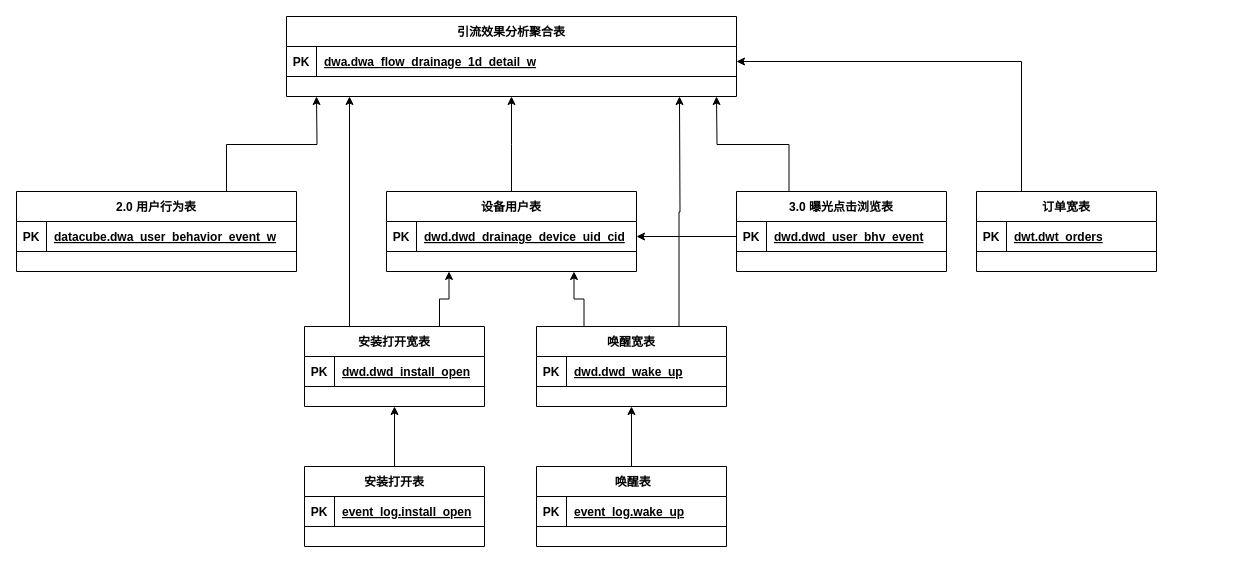
Earlier version of the draw.io diagram m端引流需求.drawio (chuangehh/architecture_diagram). Source tidied: cells renumbered, new cells numbered last; positions are measured from the earlier drawing's top-left corner, leaving out a move shared by most shapes. Both pictures are drawn from the tidied source at 100%, with x=0, y=0 at pixel (16, 16).
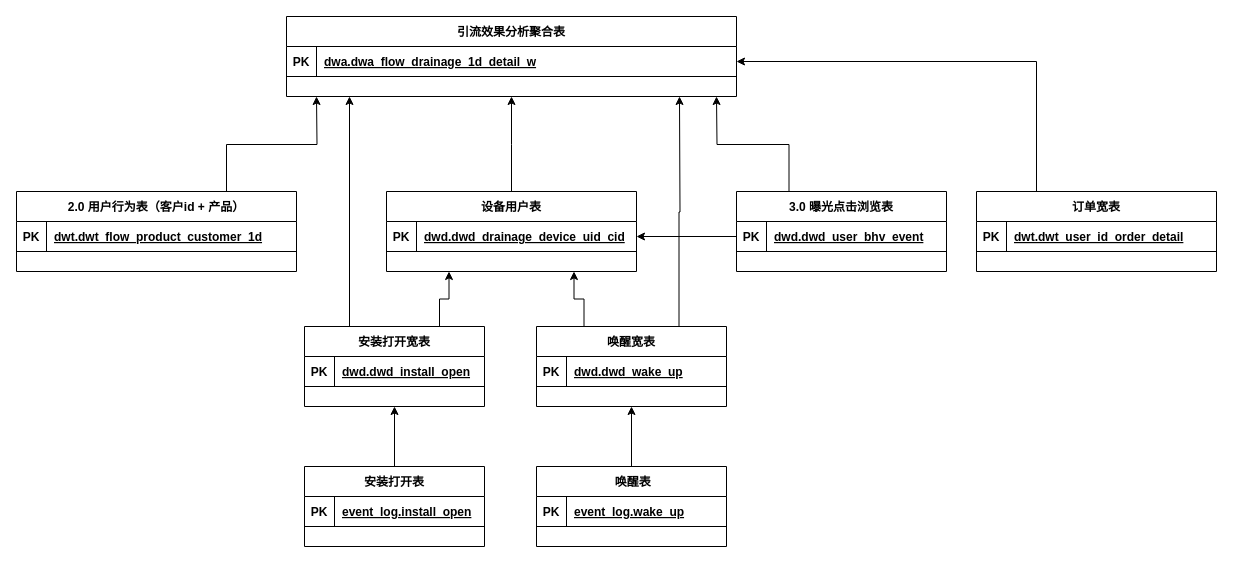
After the change.

Commit message:
更新m端引流需求.drawio

Unchanged cells that the change refers to:
```xml
<mxCell id="41" style="shape=tableRow;horizontal=0;startSize=0;swimlaneHead=0;swimlaneBody=0;fillColor=none;top=0;left=0;right=0;bottom=1;" parent="40" vertex="1">
  <mxGeometry y="30" width="280" height="30" as="geometry" />
</mxCell>
```

Diff of the diagram source:
```diff
@@
     <mxCell id="35" value="订单宽表" style="shape=table;startSize=30;childLayout=tableLayout;rowLines=0;fontStyle=1;align=center;" parent="1" vertex="1">
-      <mxGeometry x="960" y="175" width="180" height="80" as="geometry" />
+      <mxGeometry x="960" y="175" width="240" height="80" as="geometry" />
     </mxCell>
     <mxCell id="36" style="shape=tableRow;horizontal=0;startSize=0;swimlaneHead=0;swimlaneBody=0;fillColor=none;top=0;left=0;right=0;bottom=1;" parent="35" vertex="1">
-      <mxGeometry y="30" width="180" height="30" as="geometry" />
+      <mxGeometry y="30" width="240" height="30" as="geometry" />
     </mxCell>
@@
-    <mxCell id="38" value="dwt.dwt_orders" style="shape=partialRectangle;fillColor=none;top=0;left=0;bottom=0;right=0;align=left;spacingLeft=6;fontStyle=5;overflow=hidden;" parent="36" vertex="1">
-      <mxGeometry x="30" width="150" height="30" as="geometry" />
+    <mxCell id="38" value="dwt.dwt_user_id_order_detail" style="shape=partialRectangle;fillColor=none;top=0;left=0;bottom=0;right=0;align=left;spacingLeft=6;fontStyle=5;overflow=hidden;" parent="36" vertex="1">
+      <mxGeometry x="30" width="210" height="30" as="geometry" />
     </mxCell>
@@
-    <mxCell id="40" value="2.0 用户行为表" style="shape=table;startSize=30;childLayout=tableLayout;rowLines=0;fontStyle=1;align=center;" parent="1" vertex="1">
+    <mxCell id="40" value="2.0 用户行为表（客户id + 产品）" style="shape=table;startSize=30;childLayout=tableLayout;rowLines=0;fontStyle=1;align=center;" parent="1" vertex="1">
       <mxGeometry y="175" width="280" height="80" as="geometry" />
     </mxCell>
@@
-    <mxCell id="43" value="datacube.dwa_user_behavior_event_w" style="shape=partialRectangle;fillColor=none;top=0;left=0;bottom=0;right=0;align=left;spacingLeft=6;fontStyle=5;overflow=hidden;" parent="41" vertex="1">
+    <mxCell id="43" value="dwt.dwt_flow_product_customer_1d" style="shape=partialRectangle;fillColor=none;top=0;left=0;bottom=0;right=0;align=left;spacingLeft=6;fontStyle=5;overflow=hidden;" parent="41" vertex="1">
       <mxGeometry x="30" width="250" height="30" as="geometry" />
     </mxCell>
```
